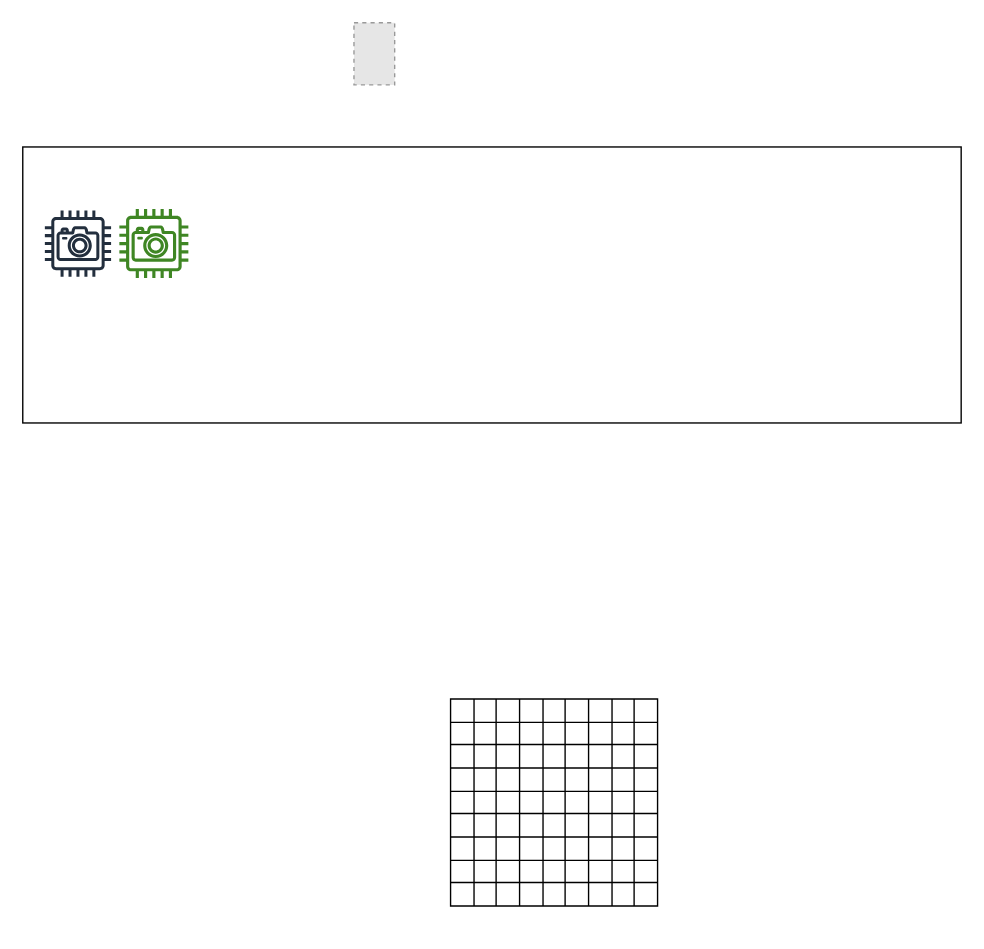
The draw.io diagram Untitled Diagram.drawio in sunshangquan/yolov4-pytorch, before the edit. Source tidied: cells renumbered, new cells numbered last; positions are measured from the earlier drawing's top-left corner, leaving out a move shared by most shapes. Both pictures are drawn from the tidied source at 138%, with x=0, y=0 at pixel (22, 22). Pictures stored in the file or linked from it are replaced by grey dashed boxes.
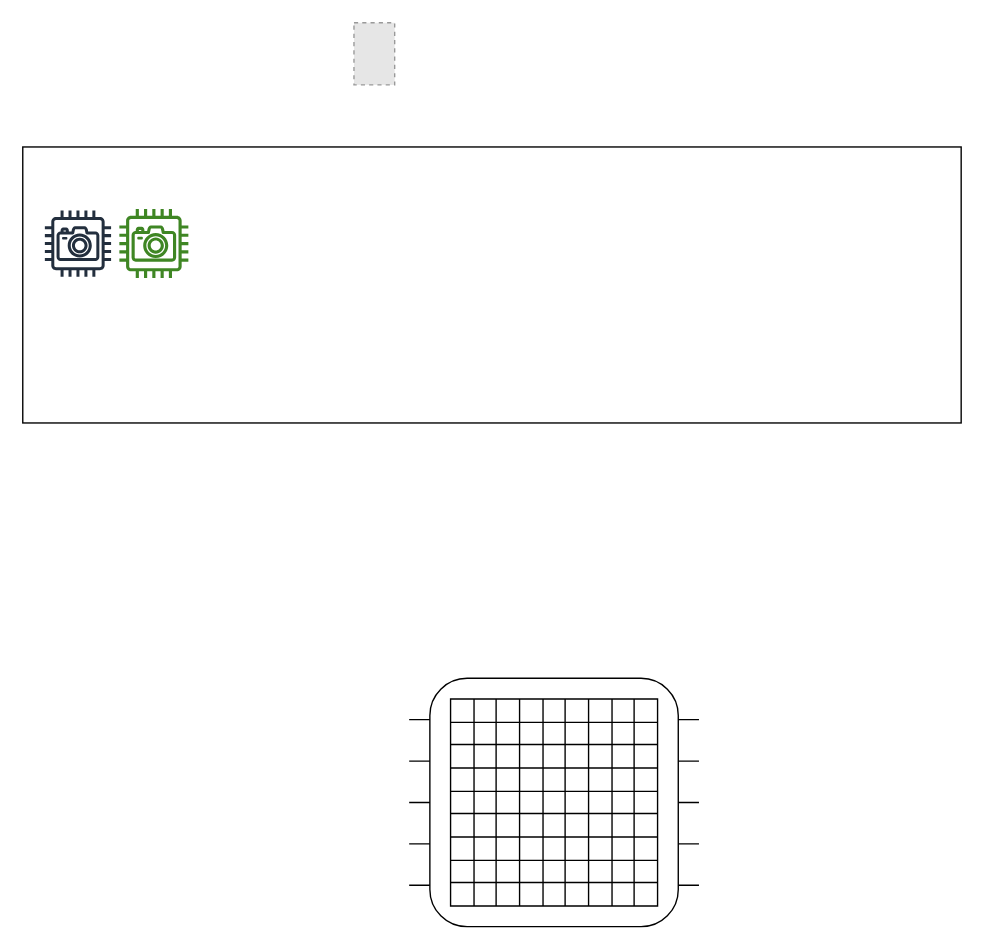
The same diagram, later.

What changed in the source:
```diff
@@
+    <mxCell id="97" style="endArrow=none;html=1;rounded=0;" parent="1" edge="1">
+      <mxGeometry relative="1" as="geometry">
+        <mxPoint x="280" y="535" as="sourcePoint" />
+        <mxPoint x="490" y="535" as="targetPoint" />
+      </mxGeometry>
+    </mxCell>
+    <mxCell id="98" style="endArrow=none;html=1;rounded=0;" parent="1" edge="1">
+      <mxGeometry relative="1" as="geometry">
+        <mxPoint x="280" y="565" as="sourcePoint" />
+        <mxPoint x="490" y="565" as="targetPoint" />
+      </mxGeometry>
+    </mxCell>
+    <mxCell id="99" style="endArrow=none;html=1;rounded=0;" parent="1" edge="1">
+      <mxGeometry relative="1" as="geometry">
+        <mxPoint x="280" y="595" as="sourcePoint" />
+        <mxPoint x="490" y="595" as="targetPoint" />
+      </mxGeometry>
+    </mxCell>
+    <mxCell id="100" style="endArrow=none;html=1;rounded=0;" parent="1" edge="1">
+      <mxGeometry relative="1" as="geometry">
+        <mxPoint x="280" y="625" as="sourcePoint" />
+        <mxPoint x="490" y="625" as="targetPoint" />
+      </mxGeometry>
+    </mxCell>
+    <mxCell id="101" style="endArrow=none;html=1;rounded=0;" parent="1" edge="1">
+      <mxGeometry relative="1" as="geometry">
+        <mxPoint x="280" y="505" as="sourcePoint" />
+        <mxPoint x="490" y="505" as="targetPoint" />
+      </mxGeometry>
+    </mxCell>
+    <mxCell id="102" style="rounded=1;whiteSpace=wrap;html=1;" parent="1" vertex="1">
+      <mxGeometry x="295" y="475" width="180" height="180" as="geometry" />
+    </mxCell>
```
